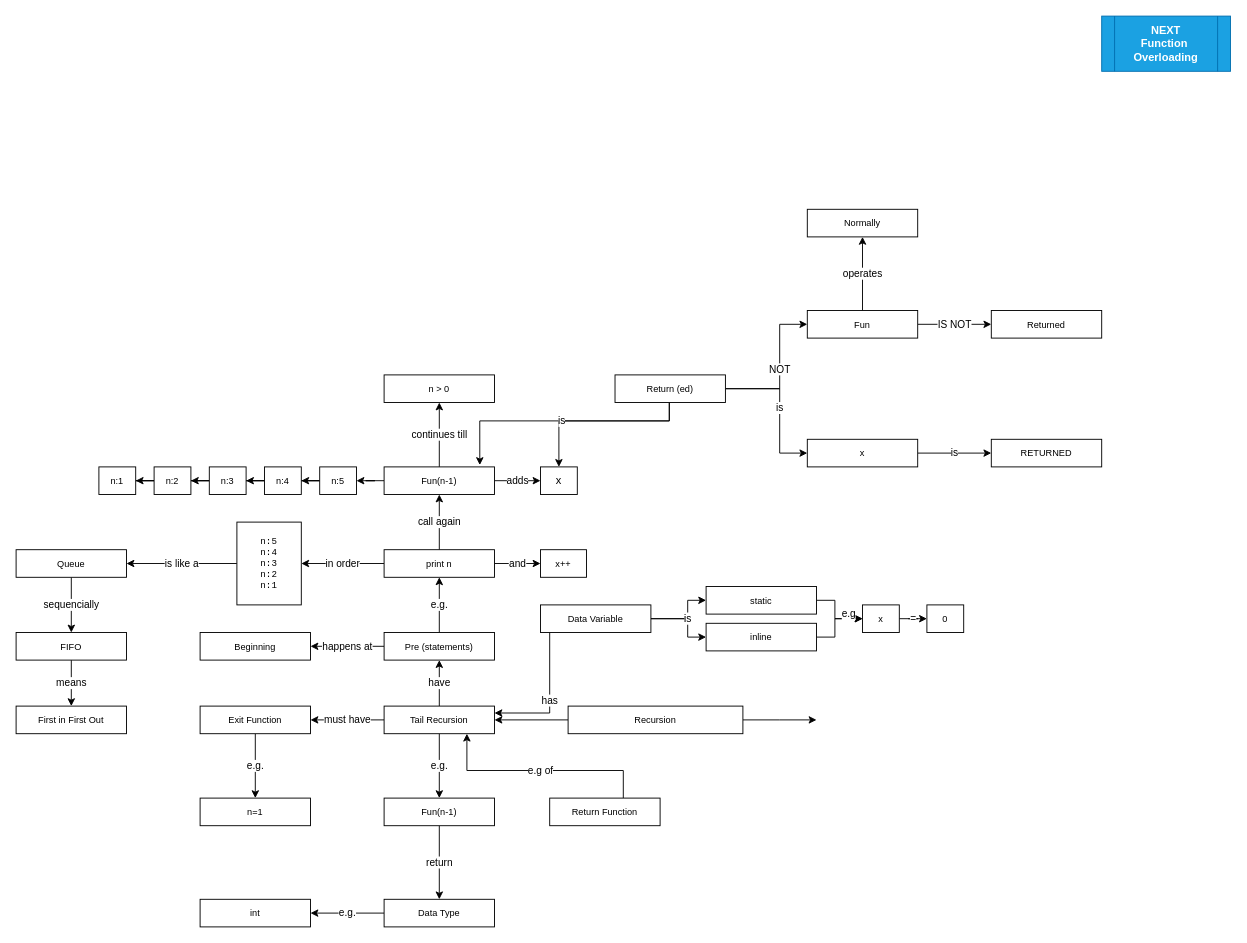
Above: page "Recursion(3)" (4 of 10) of revision/supplementary/algocpp-main.drawio in BSCdfdff/algorithmscpp (draw.io), before the change. Source tidied: cells renumbered, new cells numbered last; positions are measured from the earlier drawing's top-left corner, leaving out a move shared by most shapes. Both pictures are drawn from the tidied source at 92%, with x=0, y=0 at pixel (16, 16).
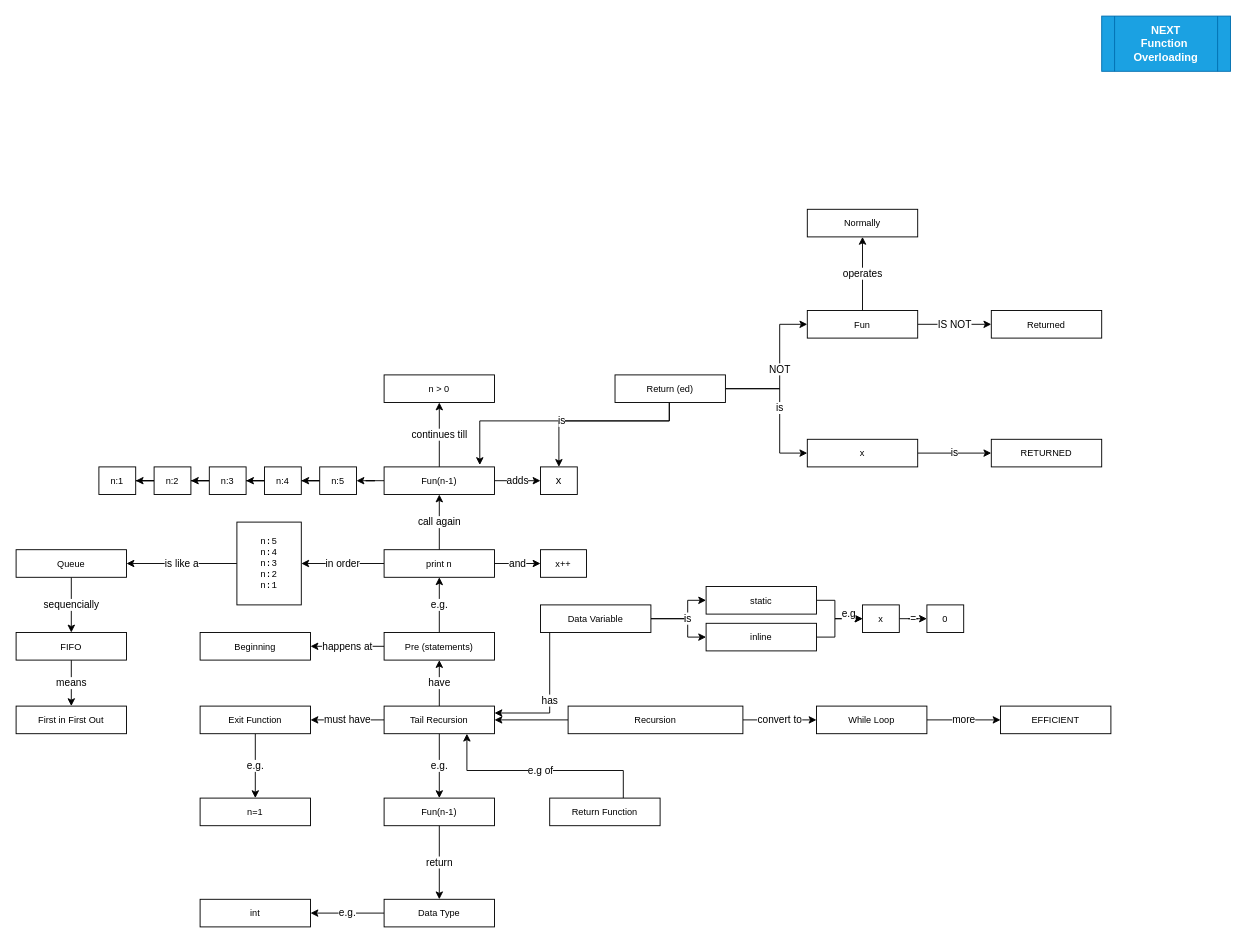
Above is the later version.

The change refers to these unchanged cells:
```xml
<mxCell id="4" value="&lt;span style=&quot;font-size: 10px&quot;&gt;Recursion&lt;/span&gt;" style="rounded=0;whiteSpace=wrap;html=1;" parent="1" vertex="1">
  <mxGeometry x="600" y="750" width="190" height="30" as="geometry" />
</mxCell>
```

The edit, as a diff of the source:
```diff
@@
-    <mxCell id="2" style="edgeStyle=orthogonalEdgeStyle;rounded=0;jettySize=auto;html=1;" parent="1" edge="1" source="4">
+    <mxCell id="2" value="convert to" style="edgeStyle=orthogonalEdgeStyle;rounded=0;jettySize=auto;html=1;" parent="1" edge="1" source="4">
       <mxGeometry relative="1" as="geometry">
         <mxPoint x="870" y="765" as="targetPoint" />
       </mxGeometry>
     </mxCell>
@@
+    <mxCell id="75" value="more" style="edgeStyle=orthogonalEdgeStyle;rounded=0;jettySize=auto;html=1;" parent="1" edge="1" source="76" target="77">
+      <mxGeometry relative="1" as="geometry" />
+    </mxCell>
+    <mxCell id="76" value="&lt;span style=&quot;font-size: 10px&quot;&gt;While Loop&lt;/span&gt;" style="rounded=0;whiteSpace=wrap;html=1;" parent="1" vertex="1">
+      <mxGeometry x="870" y="750" width="120" height="30" as="geometry" />
+    </mxCell>
+    <mxCell id="77" value="&lt;span style=&quot;font-size: 10px&quot;&gt;EFFICIENT&lt;/span&gt;" style="rounded=0;whiteSpace=wrap;html=1;" parent="1" vertex="1">
+      <mxGeometry x="1070" y="750" width="120" height="30" as="geometry" />
+    </mxCell>
```
